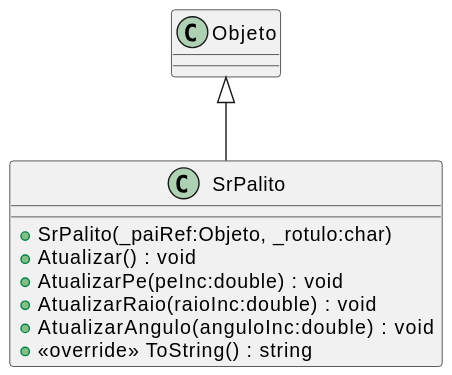
majutestoni/disciplina_CG_2025_1 keeps this PlantUML diagram as svg/Unidade2/CG_N2_Exemplo/plantuml/SrPalito.svg. Above is the earlier version.
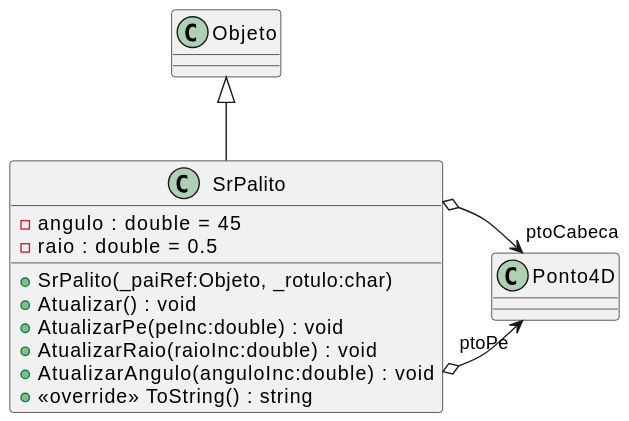
Above is the later version.

What changed in the source:
```diff
@@ -1,5 +1,7 @@
 @startuml
 class SrPalito {
+    - angulo : double = 45
+    - raio : double = 0.5
     + SrPalito(_paiRef:Objeto, _rotulo:char)
     + Atualizar() : void
     + AtualizarPe(peInc:double) : void
@@ -8,4 +10,6 @@
     + <<override>> ToString() : string
 }
 Objeto <|-- SrPalito
+SrPalito o-> "ptoPe" Ponto4D
+SrPalito o-> "ptoCabeca" Ponto4D
 @enduml
```
